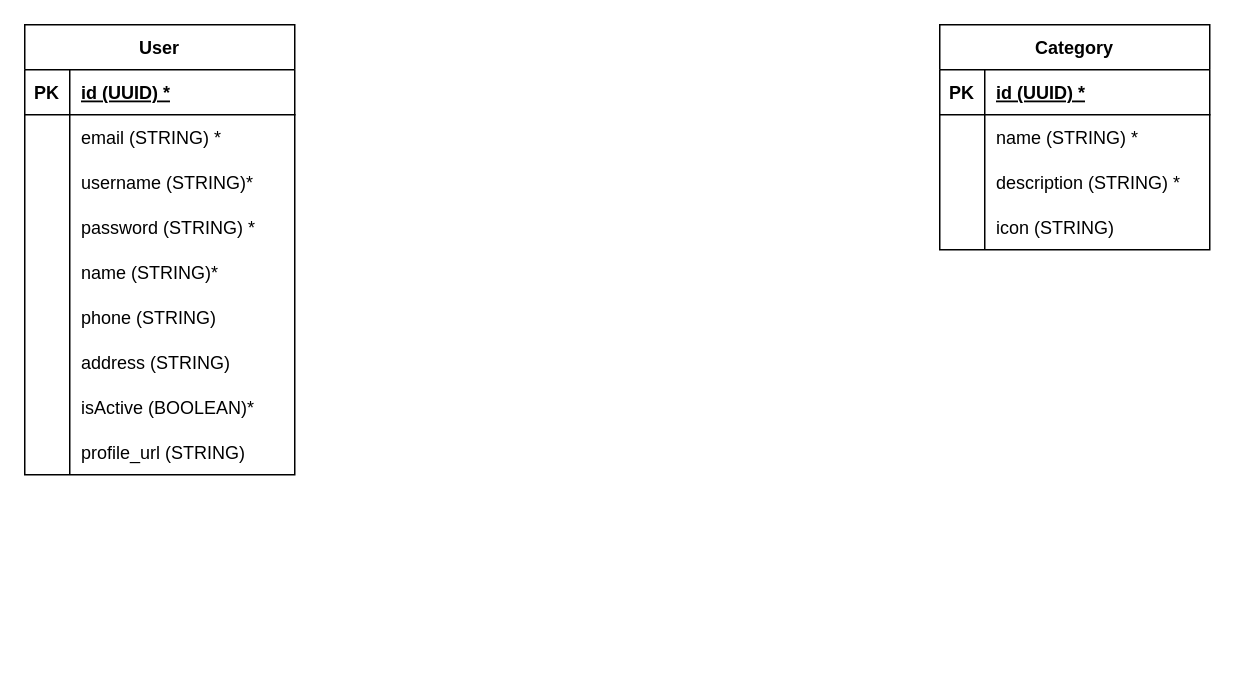
Above: ERD/ecommerce.drawio in adrian120401/ecommerce-sample (draw.io), before the change. Source tidied: cells renumbered, new cells numbered last; positions are measured from the earlier drawing's top-left corner, leaving out a move shared by most shapes. Both pictures are drawn from the tidied source at 150%, with x=0, y=0 at pixel (24, 24).
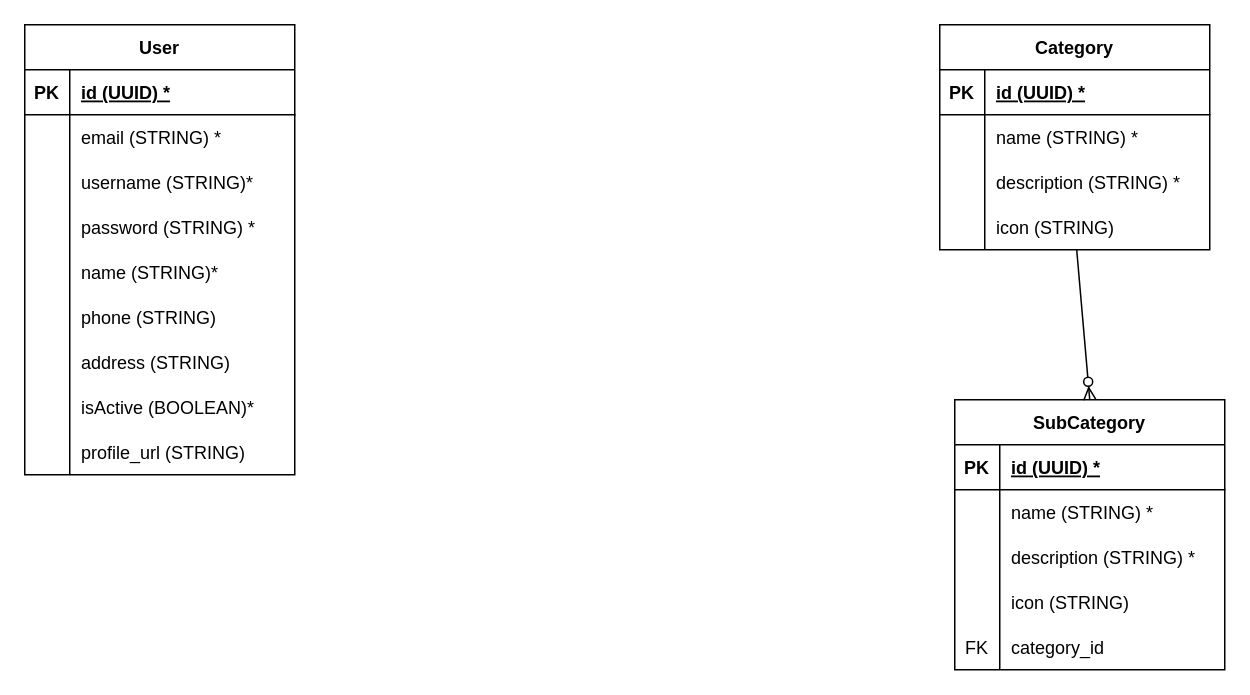
After the change.

Commit message (it also covers changes not shown here):
sub category crud and model

Unchanged cells that the change refers to:
```xml
<mxCell id="40" style="shape=tableRow;horizontal=0;startSize=0;swimlaneHead=0;swimlaneBody=0;fillColor=none;points=[[0,0.5],[1,0.5]];portConstraint=eastwest;top=0;left=0;right=0;bottom=0;" parent="30" vertex="1">
  <mxGeometry y="120" width="180" height="30" as="geometry" />
</mxCell>
```

What changed in the source:
```diff
@@
+    <mxCell id="43" value="SubCategory" style="shape=table;startSize=30;childLayout=tableLayout;rowLines=0;fontStyle=1;align=center;" parent="1" vertex="1">
+      <mxGeometry x="620" y="250" width="180" height="180" as="geometry" />
+    </mxCell>
+    <mxCell id="44" style="shape=tableRow;horizontal=0;startSize=0;swimlaneHead=0;swimlaneBody=0;fillColor=none;top=0;left=0;right=0;bottom=1;" parent="43" vertex="1">
+      <mxGeometry y="30" width="180" height="30" as="geometry" />
+    </mxCell>
+    <mxCell id="45" value="PK" style="shape=partialRectangle;fillColor=none;top=0;left=0;bottom=0;right=0;fontStyle=1;overflow=hidden;" parent="44" vertex="1">
+      <mxGeometry width="30" height="30" as="geometry" />
+    </mxCell>
+    <mxCell id="46" value="id (UUID) *" style="shape=partialRectangle;fillColor=none;top=0;left=0;bottom=0;right=0;align=left;spacingLeft=6;fontStyle=5;overflow=hidden;" parent="44" vertex="1">
+      <mxGeometry x="30" width="150" height="30" as="geometry" />
+    </mxCell>
+    <mxCell id="47" style="shape=tableRow;horizontal=0;startSize=0;swimlaneHead=0;swimlaneBody=0;fillColor=none;top=0;left=0;right=0;bottom=0;" parent="43" vertex="1">
+      <mxGeometry y="60" width="180" height="30" as="geometry" />
+    </mxCell>
+    <mxCell id="48" style="shape=partialRectangle;fillColor=none;top=0;left=0;bottom=0;right=0;overflow=hidden;" parent="47" vertex="1">
+      <mxGeometry width="30" height="30" as="geometry" />
+    </mxCell>
+    <mxCell id="49" value="name (STRING) *" style="shape=partialRectangle;fillColor=none;top=0;left=0;bottom=0;right=0;align=left;spacingLeft=6;overflow=hidden;" parent="47" vertex="1">
+      <mxGeometry x="30" width="150" height="30" as="geometry" />
+    </mxCell>
+    <mxCell id="50" style="shape=tableRow;horizontal=0;startSize=0;swimlaneHead=0;swimlaneBody=0;fillColor=none;top=0;left=0;right=0;bottom=0;" parent="43" vertex="1">
+      <mxGeometry y="90" width="180" height="30" as="geometry" />
+    </mxCell>
+    <mxCell id="51" style="shape=partialRectangle;fillColor=none;top=0;left=0;bottom=0;right=0;overflow=hidden;" parent="50" vertex="1">
+      <mxGeometry width="30" height="30" as="geometry" />
+    </mxCell>
+    <mxCell id="52" value="description (STRING) *" style="shape=partialRectangle;fillColor=none;top=0;left=0;bottom=0;right=0;align=left;spacingLeft=6;overflow=hidden;" parent="50" vertex="1">
+      <mxGeometry x="30" width="150" height="30" as="geometry" />
+    </mxCell>
+    <mxCell id="53" style="shape=tableRow;horizontal=0;startSize=0;swimlaneHead=0;swimlaneBody=0;fillColor=none;top=0;left=0;right=0;bottom=0;" parent="43" vertex="1">
+      <mxGeometry y="120" width="180" height="30" as="geometry" />
+    </mxCell>
+    <mxCell id="54" style="shape=partialRectangle;fillColor=none;top=0;left=0;bottom=0;right=0;overflow=hidden;" parent="53" vertex="1">
+      <mxGeometry width="30" height="30" as="geometry" />
+    </mxCell>
+    <mxCell id="55" value="icon (STRING)" style="shape=partialRectangle;fillColor=none;top=0;left=0;bottom=0;right=0;align=left;spacingLeft=6;overflow=hidden;" parent="53" vertex="1">
+      <mxGeometry x="30" width="150" height="30" as="geometry" />
+    </mxCell>
+    <mxCell id="56" style="shape=tableRow;horizontal=0;startSize=0;swimlaneHead=0;swimlaneBody=0;fillColor=none;top=0;left=0;right=0;bottom=0;" parent="43" vertex="1">
+      <mxGeometry y="150" width="180" height="30" as="geometry" />
+    </mxCell>
+    <mxCell id="57" value="FK" style="shape=partialRectangle;fillColor=none;top=0;left=0;bottom=0;right=0;overflow=hidden;" parent="56" vertex="1">
+      <mxGeometry width="30" height="30" as="geometry" />
+    </mxCell>
+    <mxCell id="58" value="category_id" style="shape=partialRectangle;fillColor=none;top=0;left=0;bottom=0;right=0;align=left;spacingLeft=6;overflow=hidden;" parent="56" vertex="1">
+      <mxGeometry x="30" width="150" height="30" as="geometry" />
+    </mxCell>
+    <mxCell id="59" style="fontSize=12;html=1;endArrow=ERzeroToMany;endFill=1;entryX=0.5;entryY=0;entryDx=0;entryDy=0;rounded=0;strokeColor=default;" parent="1" edge="1" source="40" target="43">
+      <mxGeometry relative="1" as="geometry" />
+    </mxCell>
```
